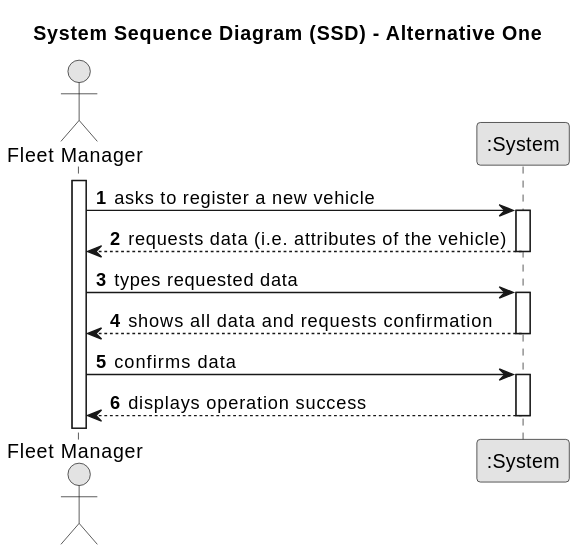
Above: docs/sprintC/us020/01.requirements-engineering/svg/us020-system-sequence-diagram-alternative-one.svg in diogoveirospro/lei-24-s2-1dg-g072 (PlantUML), before the change. Its diagram source:
```plantuml
@startuml
skinparam monochrome true
skinparam packageStyle rectangle
skinparam shadowing false

title System Sequence Diagram (SSD) - Alternative One

autonumber

actor "Fleet Manager" as Employee
participant ":System" as System

activate Employee

    Employee -> System : asks to register a new vehicle
    activate System

        System --> Employee : requests data (i.e. attributes of the vehicle)
    deactivate System

    Employee -> System : types requested data
    activate System

        System --> Employee : shows all data and requests confirmation
    deactivate System

    Employee -> System : confirms data
    activate System

        System --> Employee : displays operation success
    deactivate System
@enduml
```
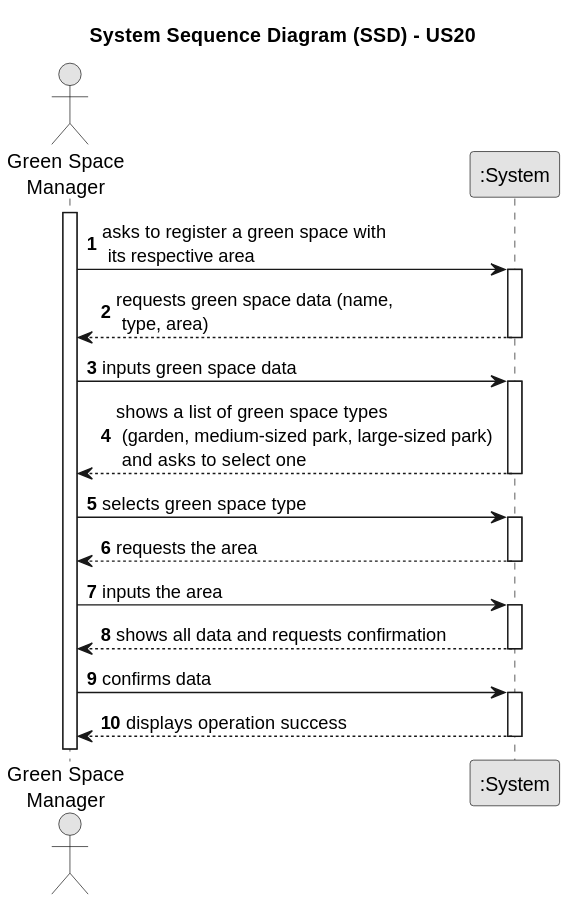
After the change.

Change to the diagram source:
```diff
@@ -3,30 +3,42 @@
 skinparam packageStyle rectangle
 skinparam shadowing false
 
-title System Sequence Diagram (SSD) - Alternative One
+title System Sequence Diagram (SSD) - US20
 
 autonumber
 
-actor "Fleet Manager" as Employee
+actor "Green Space\nManager" as GSM
 participant ":System" as System
 
-activate Employee
+activate GSM
 
-    Employee -> System : asks to register a new vehicle
+    GSM -> System : asks to register a green space with \n its respective area
     activate System
 
-        System --> Employee : requests data (i.e. attributes of the vehicle)
+        System --> GSM : requests green space data (name, \n type, area)
     deactivate System
 
-    Employee -> System : types requested data
+    GSM -> System : inputs green space data
     activate System
 
-        System --> Employee : shows all data and requests confirmation
+        System --> GSM : shows a list of green space types \n (garden, medium-sized park, large-sized park) \n and asks to select one
     deactivate System
 
-    Employee -> System : confirms data
+    GSM -> System : selects green space type
     activate System
 
-        System --> Employee : displays operation success
+        System --> GSM : requests the area
+    deactivate System
+
+    GSM -> System : inputs the area
+    activate System
+
+        System --> GSM : shows all data and requests confirmation
+    deactivate System
+
+    GSM -> System : confirms data
+    activate System
+
+        System --> GSM : displays operation success
     deactivate System
 @enduml
```
